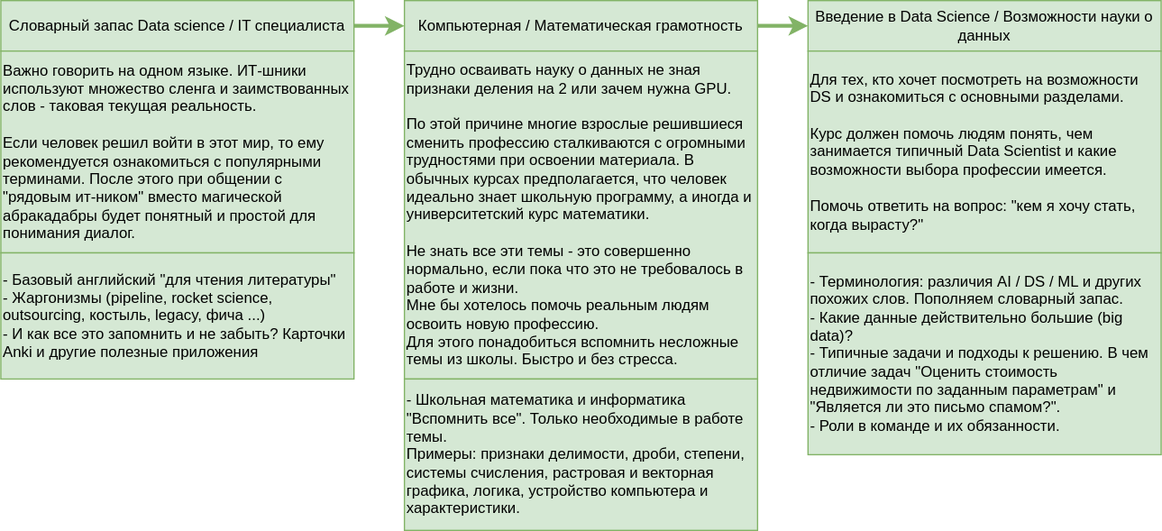
This is courses.drawio.svg from ryndovaira-org/data_science_lectures, a draw.io export, as it was before one commit. Source tidied: cells renumbered, new cells last; positions are measured from the earlier drawing's top-left corner, leaving out a move shared by most shapes.
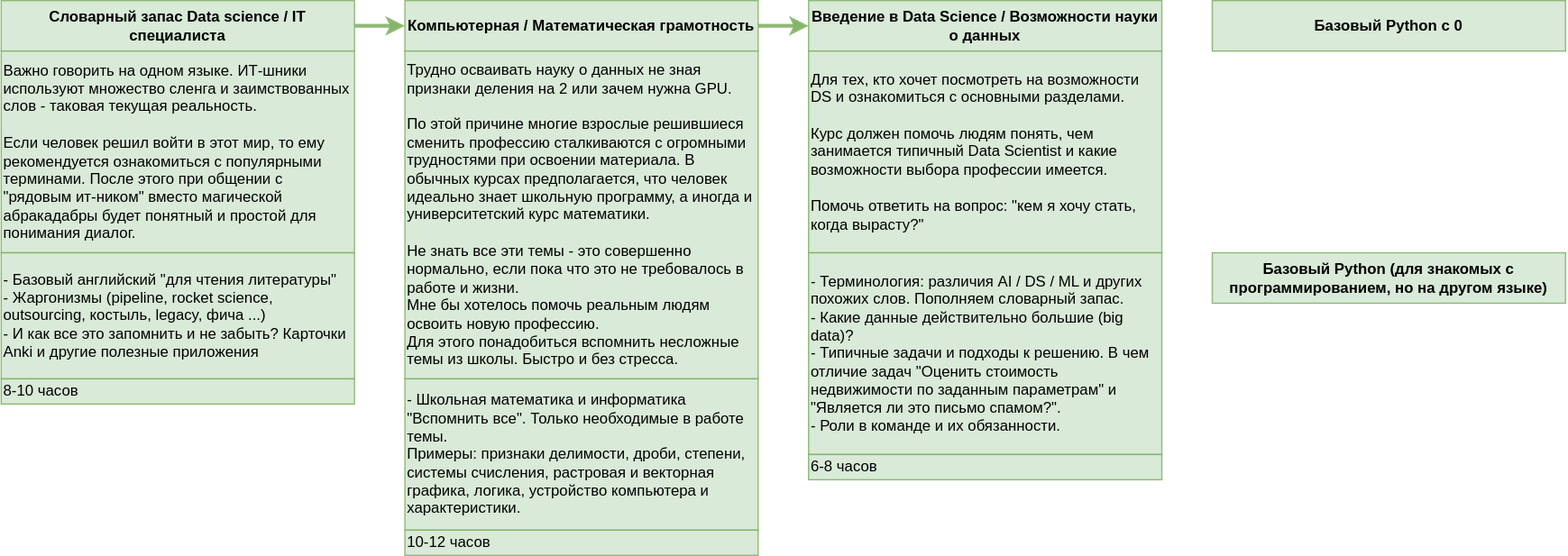
The same diagram one commit later.

What changed in the source:
```diff
@@ -2,38 +2,53 @@
   <root>
     <mxCell id="0" />
     <mxCell id="1" parent="0" />
-    <mxCell id="2" style="edgeStyle=orthogonalEdgeStyle;rounded=0;jettySize=auto;html=1;exitX=1;exitY=0.5;exitDx=0;exitDy=0;strokeWidth=3;fillColor=#d5e8d4;strokeColor=#82b366;" parent="1" edge="1" source="3" target="6">
+    <mxCell id="2" style="edgeStyle=orthogonalEdgeStyle;rounded=0;jettySize=auto;html=1;exitX=1;exitY=0.5;exitDx=0;exitDy=0;strokeWidth=3;fillColor=#d5e8d4;strokeColor=#82b366;opacity=90;" parent="1" edge="1" source="3" target="6">
       <mxGeometry relative="1" as="geometry" />
     </mxCell>
-    <mxCell id="3" value="Словарный запас Data science / IT специалиста" style="rounded=0;whiteSpace=wrap;html=1;fillColor=#d5e8d4;strokeColor=#82b366;" parent="1" vertex="1">
+    <mxCell id="3" value="Словарный запас Data science / IT специалиста" style="rounded=0;whiteSpace=wrap;html=1;fillColor=#d5e8d4;strokeColor=#82b366;opacity=90;fontStyle=1;" parent="1" vertex="1">
       <mxGeometry width="280" height="40" as="geometry" />
     </mxCell>
-    <mxCell id="4" value="Важно говорить на одном языке. ИТ-шники используют множество сленга и заимствованных слов - таковая текущая реальность.&amp;nbsp;&lt;br&gt;&lt;br&gt;Если человек решил войти в этот мир, то ему рекомендуется ознакомиться с популярными терминами. После этого при общении с &quot;рядовым ит-ником&quot; вместо магической абракадабры будет понятный и простой для понимания диалог." style="rounded=0;whiteSpace=wrap;html=1;fillColor=#d5e8d4;align=left;strokeColor=#82b366;" parent="1" vertex="1">
+    <mxCell id="4" value="Важно говорить на одном языке. ИТ-шники используют множество сленга и заимствованных слов - таковая текущая реальность.&amp;nbsp;&lt;br&gt;&lt;br&gt;Если человек решил войти в этот мир, то ему рекомендуется ознакомиться с популярными терминами. После этого при общении с &quot;рядовым ит-ником&quot; вместо магической абракадабры будет понятный и простой для понимания диалог." style="rounded=0;whiteSpace=wrap;html=1;fillColor=#d5e8d4;align=left;strokeColor=#82b366;opacity=90;" parent="1" vertex="1">
       <mxGeometry y="40" width="280" height="160" as="geometry" />
     </mxCell>
-    <mxCell id="5" style="edgeStyle=orthogonalEdgeStyle;rounded=0;jettySize=auto;html=1;exitX=1;exitY=0.5;exitDx=0;exitDy=0;strokeWidth=3;fillColor=#d5e8d4;strokeColor=#82b366;" parent="1" edge="1" source="6" target="8">
+    <mxCell id="5" style="edgeStyle=orthogonalEdgeStyle;rounded=0;jettySize=auto;html=1;exitX=1;exitY=0.5;exitDx=0;exitDy=0;strokeWidth=3;fillColor=#d5e8d4;strokeColor=#82b366;opacity=90;" parent="1" edge="1" source="6" target="8">
       <mxGeometry relative="1" as="geometry" />
     </mxCell>
-    <mxCell id="6" value="Компьютерная / Математическая грамотность" style="rounded=0;whiteSpace=wrap;html=1;fillColor=#d5e8d4;strokeColor=#82b366;" parent="1" vertex="1">
+    <mxCell id="6" value="Компьютерная / Математическая грамотность" style="rounded=0;whiteSpace=wrap;html=1;fillColor=#d5e8d4;strokeColor=#82b366;opacity=90;fontStyle=1;" parent="1" vertex="1">
       <mxGeometry x="320" width="280" height="40" as="geometry" />
     </mxCell>
-    <mxCell id="7" value="Трудно осваивать науку о данных не зная признаки деления на 2 или зачем нужна GPU. &lt;br&gt;&lt;br&gt;По этой причине многие взрослые решившиеся сменить профессию сталкиваются с огромными трудностями при освоении материала. В обычных курсах предполагается, что человек идеально знает школьную программу, а иногда и университетский курс математики.&amp;nbsp;&lt;br&gt;&lt;br&gt;Не знать все эти темы - это совершенно нормально, если пока что это не требовалось в работе и жизни.&lt;br&gt;Мне бы хотелось помочь реальным людям освоить новую профессию.&amp;nbsp;&lt;br&gt;Для этого понадобиться вспомнить несложные темы из школы. Быстро и без стресса." style="rounded=0;whiteSpace=wrap;html=1;fillColor=#d5e8d4;align=left;strokeColor=#82b366;" parent="1" vertex="1">
+    <mxCell id="7" value="Трудно осваивать науку о данных не зная признаки деления на 2 или зачем нужна GPU. &lt;br&gt;&lt;br&gt;По этой причине многие взрослые решившиеся сменить профессию сталкиваются с огромными трудностями при освоении материала. В обычных курсах предполагается, что человек идеально знает школьную программу, а иногда и университетский курс математики.&amp;nbsp;&lt;br&gt;&lt;br&gt;Не знать все эти темы - это совершенно нормально, если пока что это не требовалось в работе и жизни.&lt;br&gt;Мне бы хотелось помочь реальным людям освоить новую профессию.&amp;nbsp;&lt;br&gt;Для этого понадобиться вспомнить несложные темы из школы. Быстро и без стресса." style="rounded=0;whiteSpace=wrap;html=1;fillColor=#d5e8d4;align=left;strokeColor=#82b366;opacity=90;" parent="1" vertex="1">
       <mxGeometry x="320" y="40" width="280" height="260" as="geometry" />
     </mxCell>
-    <mxCell id="8" value="Введение в Data Science / Возможности науки о данных" style="rounded=0;whiteSpace=wrap;html=1;fillColor=#d5e8d4;strokeColor=#82b366;" parent="1" vertex="1">
+    <mxCell id="8" value="Введение в Data Science / Возможности науки о данных" style="rounded=0;whiteSpace=wrap;html=1;fillColor=#d5e8d4;strokeColor=#82b366;opacity=90;fontStyle=1;" parent="1" vertex="1">
       <mxGeometry x="640" width="280" height="40" as="geometry" />
     </mxCell>
-    <mxCell id="9" value="Для тех, кто хочет посмотреть на возможности DS и ознакомиться с основными разделами.&lt;br&gt;&lt;br&gt;Курс должен помочь людям понять, чем занимается типичный Data Scientist и какие возможности выбора профессии имеется.&lt;br&gt;&lt;br&gt;Помочь ответить на вопрос: &quot;кем я хочу стать, когда вырасту?&quot;" style="rounded=0;whiteSpace=wrap;html=1;fillColor=#d5e8d4;align=left;strokeColor=#82b366;" parent="1" vertex="1">
+    <mxCell id="9" value="Для тех, кто хочет посмотреть на возможности DS и ознакомиться с основными разделами.&lt;br&gt;&lt;br&gt;Курс должен помочь людям понять, чем занимается типичный Data Scientist и какие возможности выбора профессии имеется.&lt;br&gt;&lt;br&gt;Помочь ответить на вопрос: &quot;кем я хочу стать, когда вырасту?&quot;" style="rounded=0;whiteSpace=wrap;html=1;fillColor=#d5e8d4;align=left;strokeColor=#82b366;opacity=90;" parent="1" vertex="1">
       <mxGeometry x="640" y="40" width="280" height="160" as="geometry" />
     </mxCell>
-    <mxCell id="10" value="- Базовый английский &quot;для чтения литературы&quot;&lt;br&gt;- Жаргонизмы (pipeline, rocket science, outsourcing, костыль, legacy, фича ...)&lt;br&gt;- И как все это запомнить и не забыть? Карточки Anki и другие полезные приложения" style="rounded=0;whiteSpace=wrap;html=1;fillColor=#d5e8d4;align=left;strokeColor=#82b366;" parent="1" vertex="1">
+    <mxCell id="10" value="- Базовый английский &quot;для чтения литературы&quot;&lt;br&gt;- Жаргонизмы (pipeline, rocket science, outsourcing, костыль, legacy, фича ...)&lt;br&gt;- И как все это запомнить и не забыть? Карточки Anki и другие полезные приложения" style="rounded=0;whiteSpace=wrap;html=1;fillColor=#d5e8d4;align=left;strokeColor=#82b366;opacity=90;" parent="1" vertex="1">
       <mxGeometry y="200" width="280" height="100" as="geometry" />
     </mxCell>
-    <mxCell id="11" value="- Школьная математика и информатика &quot;Вспомнить все&quot;. Только необходимые в работе темы. &lt;br&gt;Примеры: признаки делимости, дроби, степени, системы счисления, растровая и векторная графика, логика, устройство компьютера и характеристики." style="rounded=0;whiteSpace=wrap;html=1;fillColor=#d5e8d4;align=left;strokeColor=#82b366;" parent="1" vertex="1">
+    <mxCell id="11" value="- Школьная математика и информатика &quot;Вспомнить все&quot;. Только необходимые в работе темы. &lt;br&gt;Примеры: признаки делимости, дроби, степени, системы счисления, растровая и векторная графика, логика, устройство компьютера и характеристики." style="rounded=0;whiteSpace=wrap;html=1;fillColor=#d5e8d4;align=left;strokeColor=#82b366;opacity=90;" parent="1" vertex="1">
       <mxGeometry x="320" y="300" width="280" height="120" as="geometry" />
     </mxCell>
-    <mxCell id="12" value="- Терминология:&amp;nbsp;различия AI / DS / ML и других похожих слов. Пополняем словарный запас.&lt;br&gt;- Какие данные действительно большие (big data)?&lt;br&gt;- Типичные задачи и подходы к решению. В чем отличие задач &quot;Оценить стоимость недвижимости по заданным параметрам&quot; и &quot;Является ли это письмо спамом?&quot;.&lt;br&gt;- Роли в команде и их обязанности." style="rounded=0;whiteSpace=wrap;html=1;fillColor=#d5e8d4;align=left;strokeColor=#82b366;" parent="1" vertex="1">
+    <mxCell id="12" value="- Терминология:&amp;nbsp;различия AI / DS / ML и других похожих слов. Пополняем словарный запас.&lt;br&gt;- Какие данные действительно большие (big data)?&lt;br&gt;- Типичные задачи и подходы к решению. В чем отличие задач &quot;Оценить стоимость недвижимости по заданным параметрам&quot; и &quot;Является ли это письмо спамом?&quot;.&lt;br&gt;- Роли в команде и их обязанности." style="rounded=0;whiteSpace=wrap;html=1;fillColor=#d5e8d4;align=left;strokeColor=#82b366;opacity=90;" parent="1" vertex="1">
       <mxGeometry x="640" y="200" width="280" height="160" as="geometry" />
     </mxCell>
+    <mxCell id="13" value="Базовый Python с 0" style="rounded=0;whiteSpace=wrap;html=1;fillColor=#d5e8d4;strokeColor=#82b366;opacity=90;fontStyle=1;" parent="1" vertex="1">
+      <mxGeometry x="960" width="280" height="40" as="geometry" />
+    </mxCell>
+    <mxCell id="14" value="Базовый Python (для знакомых с программированием, но на другом языке)" style="rounded=0;whiteSpace=wrap;html=1;fillColor=#d5e8d4;strokeColor=#82b366;opacity=90;fontStyle=1;" parent="1" vertex="1">
+      <mxGeometry x="960" y="200" width="280" height="40" as="geometry" />
+    </mxCell>
+    <mxCell id="15" value="8-10 часов" style="rounded=0;whiteSpace=wrap;html=1;fillColor=#d5e8d4;align=left;strokeColor=#82b366;opacity=90;" parent="1" vertex="1">
+      <mxGeometry y="300" width="280" height="20" as="geometry" />
+    </mxCell>
+    <mxCell id="16" value="10-12 часов" style="rounded=0;whiteSpace=wrap;html=1;fillColor=#d5e8d4;align=left;strokeColor=#82b366;opacity=90;" parent="1" vertex="1">
+      <mxGeometry x="320" y="420" width="280" height="20" as="geometry" />
+    </mxCell>
+    <mxCell id="17" value="6-8 часов" style="rounded=0;whiteSpace=wrap;html=1;fillColor=#d5e8d4;align=left;strokeColor=#82b366;opacity=90;" parent="1" vertex="1">
+      <mxGeometry x="640" y="360" width="280" height="20" as="geometry" />
+    </mxCell>
   </root>
 </mxGraphModel>
```
